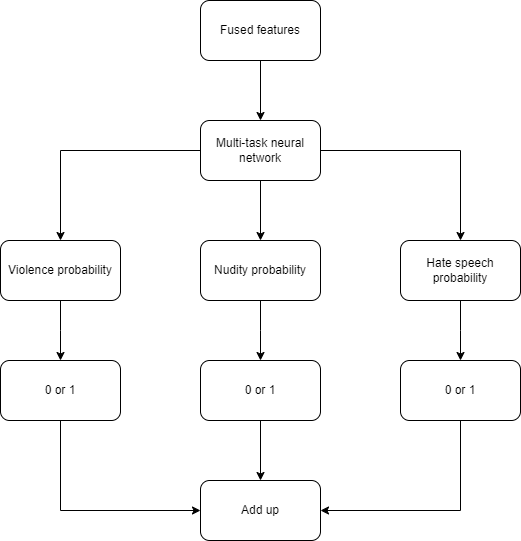
The draw.io diagram machine-learning/image/machine-learning-system-design-1/harmful-content-detection-9.png in riehseun/riehseun.github.io, before a commit. Source tidied: cells renumbered, new cells last; positions are measured from the earlier drawing's top-left corner, leaving out a move shared by most shapes. The source it was exported from:
```xml
<mxGraphModel>
  <root>
    <mxCell id="0" />
    <mxCell id="1" parent="0" />
    <mxCell id="2" style="edgeStyle=orthogonalEdgeStyle;rounded=0;jettySize=auto;html=1;exitX=0;exitY=0.5;exitDx=0;exitDy=0;entryX=0.5;entryY=0;entryDx=0;entryDy=0;" parent="1" edge="1" source="5" target="7">
      <mxGeometry relative="1" as="geometry" />
    </mxCell>
    <mxCell id="3" style="edgeStyle=orthogonalEdgeStyle;rounded=0;jettySize=auto;html=1;exitX=1;exitY=0.5;exitDx=0;exitDy=0;" parent="1" edge="1" source="5" target="11">
      <mxGeometry relative="1" as="geometry" />
    </mxCell>
    <mxCell id="4" style="edgeStyle=orthogonalEdgeStyle;rounded=0;jettySize=auto;html=1;exitX=0.5;exitY=1;exitDx=0;exitDy=0;" parent="1" edge="1" source="5" target="9">
      <mxGeometry relative="1" as="geometry" />
    </mxCell>
    <mxCell id="5" value="Multi-task neural network" style="rounded=1;whiteSpace=wrap;html=1;" parent="1" vertex="1">
      <mxGeometry x="200" y="120" width="120" height="60" as="geometry" />
    </mxCell>
    <mxCell id="6" style="edgeStyle=orthogonalEdgeStyle;rounded=0;jettySize=auto;html=1;exitX=0.5;exitY=1;exitDx=0;exitDy=0;entryX=0.5;entryY=0;entryDx=0;entryDy=0;" parent="1" edge="1" source="7">
      <mxGeometry relative="1" as="geometry">
        <mxPoint x="60" y="360" as="targetPoint" />
      </mxGeometry>
    </mxCell>
    <mxCell id="7" value="Violence probability" style="rounded=1;whiteSpace=wrap;html=1;" parent="1" vertex="1">
      <mxGeometry y="240" width="120" height="60" as="geometry" />
    </mxCell>
    <mxCell id="8" style="edgeStyle=orthogonalEdgeStyle;rounded=0;jettySize=auto;html=1;exitX=0.5;exitY=1;exitDx=0;exitDy=0;entryX=0.5;entryY=0;entryDx=0;entryDy=0;" parent="1" edge="1" source="9">
      <mxGeometry relative="1" as="geometry">
        <mxPoint x="260" y="360" as="targetPoint" />
      </mxGeometry>
    </mxCell>
    <mxCell id="9" value="Nudity probability" style="rounded=1;whiteSpace=wrap;html=1;" parent="1" vertex="1">
      <mxGeometry x="200" y="240" width="120" height="60" as="geometry" />
    </mxCell>
    <mxCell id="10" style="edgeStyle=orthogonalEdgeStyle;rounded=0;jettySize=auto;html=1;exitX=0.5;exitY=1;exitDx=0;exitDy=0;entryX=0.5;entryY=0;entryDx=0;entryDy=0;" parent="1" edge="1" source="11">
      <mxGeometry relative="1" as="geometry">
        <mxPoint x="460" y="360" as="targetPoint" />
      </mxGeometry>
    </mxCell>
    <mxCell id="11" value="Hate speech probability" style="rounded=1;whiteSpace=wrap;html=1;" parent="1" vertex="1">
      <mxGeometry x="400" y="240" width="120" height="60" as="geometry" />
    </mxCell>
    <mxCell id="12" style="edgeStyle=orthogonalEdgeStyle;rounded=0;jettySize=auto;html=1;exitX=0.5;exitY=1;exitDx=0;exitDy=0;entryX=0.5;entryY=0;entryDx=0;entryDy=0;" parent="1" edge="1" source="13" target="5">
      <mxGeometry relative="1" as="geometry" />
    </mxCell>
    <mxCell id="13" value="Fused features" style="rounded=1;whiteSpace=wrap;html=1;" parent="1" vertex="1">
      <mxGeometry x="200" width="120" height="60" as="geometry" />
    </mxCell>
    <mxCell id="14" style="edgeStyle=orthogonalEdgeStyle;rounded=0;jettySize=auto;html=1;exitX=0.5;exitY=1;exitDx=0;exitDy=0;entryX=0;entryY=0.5;entryDx=0;entryDy=0;" parent="1" edge="1" source="15" target="20">
      <mxGeometry relative="1" as="geometry" />
    </mxCell>
    <mxCell id="15" value="0 or 1" style="rounded=1;whiteSpace=wrap;html=1;" parent="1" vertex="1">
      <mxGeometry y="360" width="120" height="60" as="geometry" />
    </mxCell>
    <mxCell id="16" style="edgeStyle=orthogonalEdgeStyle;rounded=0;jettySize=auto;html=1;exitX=0.5;exitY=1;exitDx=0;exitDy=0;entryX=0.5;entryY=0;entryDx=0;entryDy=0;" parent="1" edge="1" source="17" target="20">
      <mxGeometry relative="1" as="geometry" />
    </mxCell>
    <mxCell id="17" value="0 or 1" style="rounded=1;whiteSpace=wrap;html=1;" parent="1" vertex="1">
      <mxGeometry x="200" y="360" width="120" height="60" as="geometry" />
    </mxCell>
    <mxCell id="18" style="edgeStyle=orthogonalEdgeStyle;rounded=0;jettySize=auto;html=1;exitX=0.5;exitY=1;exitDx=0;exitDy=0;entryX=1;entryY=0.5;entryDx=0;entryDy=0;" parent="1" edge="1" source="19" target="20">
      <mxGeometry relative="1" as="geometry" />
    </mxCell>
    <mxCell id="19" value="0 or 1" style="rounded=1;whiteSpace=wrap;html=1;" parent="1" vertex="1">
      <mxGeometry x="400" y="360" width="120" height="60" as="geometry" />
    </mxCell>
    <mxCell id="20" value="Add up" style="rounded=1;whiteSpace=wrap;html=1;" parent="1" vertex="1">
      <mxGeometry x="200" y="480" width="120" height="60" as="geometry" />
    </mxCell>
  </root>
</mxGraphModel>
```
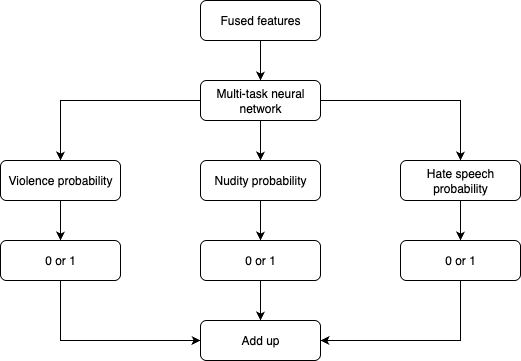
After the change.

Diff of the diagram source:
```diff
@@ -12,58 +12,52 @@
       <mxGeometry relative="1" as="geometry" />
     </mxCell>
     <mxCell id="5" value="Multi-task neural network" style="rounded=1;whiteSpace=wrap;html=1;" parent="1" vertex="1">
-      <mxGeometry x="200" y="120" width="120" height="60" as="geometry" />
+      <mxGeometry x="200" y="80" width="120" height="40" as="geometry" />
     </mxCell>
-    <mxCell id="6" style="edgeStyle=orthogonalEdgeStyle;rounded=0;jettySize=auto;html=1;exitX=0.5;exitY=1;exitDx=0;exitDy=0;entryX=0.5;entryY=0;entryDx=0;entryDy=0;" parent="1" edge="1" source="7">
-      <mxGeometry relative="1" as="geometry">
-        <mxPoint x="60" y="360" as="targetPoint" />
-      </mxGeometry>
-    </mxCell>
+    <mxCell id="21" style="edgeStyle=orthogonalEdgeStyle;rounded=0;jettySize=auto;html=1;exitX=0.5;exitY=1;exitDx=0;exitDy=0;entryX=0.5;entryY=0;entryDx=0;entryDy=0;" parent="1" edge="1" source="7" target="15">
+      <mxGeometry relative="1" as="geometry" />
+    </mxCell>
     <mxCell id="7" value="Violence probability" style="rounded=1;whiteSpace=wrap;html=1;" parent="1" vertex="1">
-      <mxGeometry y="240" width="120" height="60" as="geometry" />
+      <mxGeometry y="160" width="120" height="40" as="geometry" />
     </mxCell>
-    <mxCell id="8" style="edgeStyle=orthogonalEdgeStyle;rounded=0;jettySize=auto;html=1;exitX=0.5;exitY=1;exitDx=0;exitDy=0;entryX=0.5;entryY=0;entryDx=0;entryDy=0;" parent="1" edge="1" source="9">
-      <mxGeometry relative="1" as="geometry">
-        <mxPoint x="260" y="360" as="targetPoint" />
-      </mxGeometry>
-    </mxCell>
+    <mxCell id="22" style="edgeStyle=orthogonalEdgeStyle;rounded=0;jettySize=auto;html=1;exitX=0.5;exitY=1;exitDx=0;exitDy=0;entryX=0.5;entryY=0;entryDx=0;entryDy=0;" parent="1" edge="1" source="9" target="17">
+      <mxGeometry relative="1" as="geometry" />
+    </mxCell>
     <mxCell id="9" value="Nudity probability" style="rounded=1;whiteSpace=wrap;html=1;" parent="1" vertex="1">
-      <mxGeometry x="200" y="240" width="120" height="60" as="geometry" />
+      <mxGeometry x="200" y="160" width="120" height="40" as="geometry" />
     </mxCell>
-    <mxCell id="10" style="edgeStyle=orthogonalEdgeStyle;rounded=0;jettySize=auto;html=1;exitX=0.5;exitY=1;exitDx=0;exitDy=0;entryX=0.5;entryY=0;entryDx=0;entryDy=0;" parent="1" edge="1" source="11">
-      <mxGeometry relative="1" as="geometry">
-        <mxPoint x="460" y="360" as="targetPoint" />
-      </mxGeometry>
-    </mxCell>
+    <mxCell id="23" style="edgeStyle=orthogonalEdgeStyle;rounded=0;jettySize=auto;html=1;exitX=0.5;exitY=1;exitDx=0;exitDy=0;entryX=0.5;entryY=0;entryDx=0;entryDy=0;" parent="1" edge="1" source="11" target="19">
+      <mxGeometry relative="1" as="geometry" />
+    </mxCell>
     <mxCell id="11" value="Hate speech probability" style="rounded=1;whiteSpace=wrap;html=1;" parent="1" vertex="1">
-      <mxGeometry x="400" y="240" width="120" height="60" as="geometry" />
+      <mxGeometry x="400" y="160" width="120" height="40" as="geometry" />
     </mxCell>
     <mxCell id="12" style="edgeStyle=orthogonalEdgeStyle;rounded=0;jettySize=auto;html=1;exitX=0.5;exitY=1;exitDx=0;exitDy=0;entryX=0.5;entryY=0;entryDx=0;entryDy=0;" parent="1" edge="1" source="13" target="5">
       <mxGeometry relative="1" as="geometry" />
     </mxCell>
     <mxCell id="13" value="Fused features" style="rounded=1;whiteSpace=wrap;html=1;" parent="1" vertex="1">
-      <mxGeometry x="200" width="120" height="60" as="geometry" />
+      <mxGeometry x="200" width="120" height="40" as="geometry" />
     </mxCell>
     <mxCell id="14" style="edgeStyle=orthogonalEdgeStyle;rounded=0;jettySize=auto;html=1;exitX=0.5;exitY=1;exitDx=0;exitDy=0;entryX=0;entryY=0.5;entryDx=0;entryDy=0;" parent="1" edge="1" source="15" target="20">
       <mxGeometry relative="1" as="geometry" />
     </mxCell>
     <mxCell id="15" value="0 or 1" style="rounded=1;whiteSpace=wrap;html=1;" parent="1" vertex="1">
-      <mxGeometry y="360" width="120" height="60" as="geometry" />
+      <mxGeometry y="240" width="120" height="40" as="geometry" />
     </mxCell>
     <mxCell id="16" style="edgeStyle=orthogonalEdgeStyle;rounded=0;jettySize=auto;html=1;exitX=0.5;exitY=1;exitDx=0;exitDy=0;entryX=0.5;entryY=0;entryDx=0;entryDy=0;" parent="1" edge="1" source="17" target="20">
       <mxGeometry relative="1" as="geometry" />
     </mxCell>
     <mxCell id="17" value="0 or 1" style="rounded=1;whiteSpace=wrap;html=1;" parent="1" vertex="1">
-      <mxGeometry x="200" y="360" width="120" height="60" as="geometry" />
+      <mxGeometry x="200" y="240" width="120" height="40" as="geometry" />
     </mxCell>
     <mxCell id="18" style="edgeStyle=orthogonalEdgeStyle;rounded=0;jettySize=auto;html=1;exitX=0.5;exitY=1;exitDx=0;exitDy=0;entryX=1;entryY=0.5;entryDx=0;entryDy=0;" parent="1" edge="1" source="19" target="20">
       <mxGeometry relative="1" as="geometry" />
     </mxCell>
     <mxCell id="19" value="0 or 1" style="rounded=1;whiteSpace=wrap;html=1;" parent="1" vertex="1">
-      <mxGeometry x="400" y="360" width="120" height="60" as="geometry" />
+      <mxGeometry x="400" y="240" width="120" height="40" as="geometry" />
     </mxCell>
     <mxCell id="20" value="Add up" style="rounded=1;whiteSpace=wrap;html=1;" parent="1" vertex="1">
-      <mxGeometry x="200" y="480" width="120" height="60" as="geometry" />
+      <mxGeometry x="200" y="320" width="120" height="40" as="geometry" />
     </mxCell>
   </root>
 </mxGraphModel>
```
